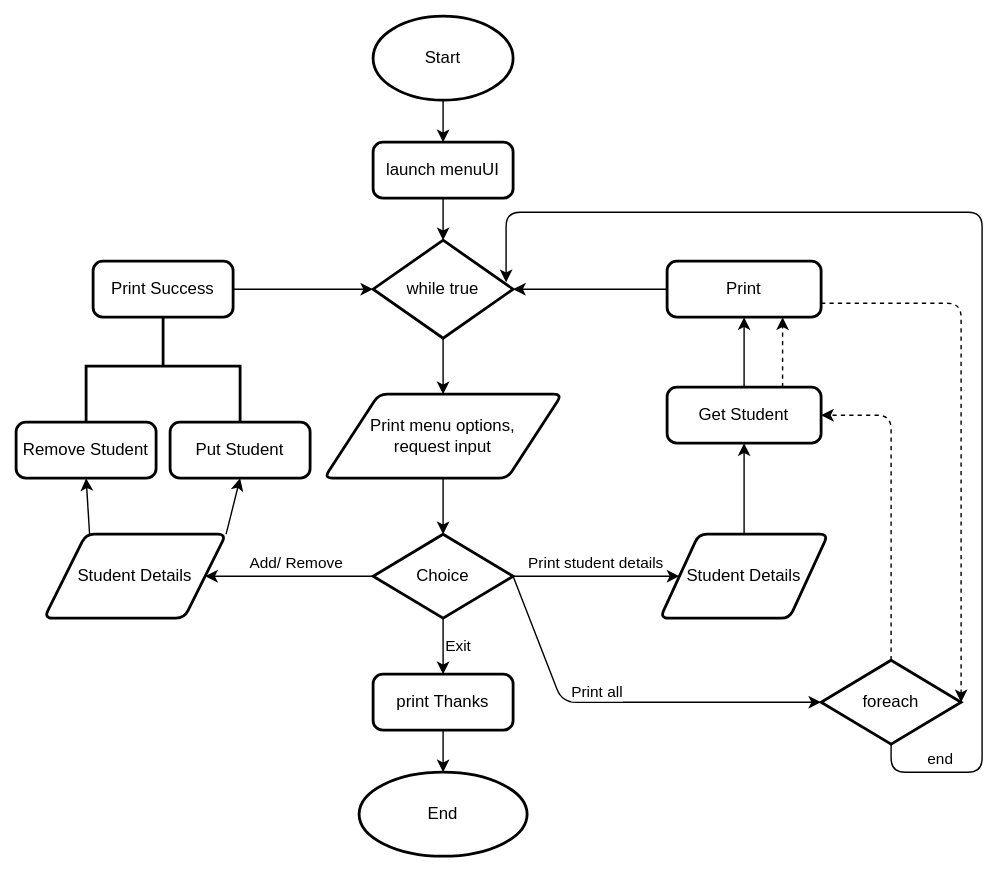
williamng95/mthree-C207 keeps this draw.io diagram as ClassAndObjects/collectionmaps/assets/flowStudents.svg. Above is the earlier version. Source tidied: cells renumbered, new cells last; positions are measured from the earlier drawing's top-left corner, leaving out a move shared by most shapes. Its diagram source:
```xml
<mxGraphModel background="#FFFFFF">
  <root>
    <mxCell id="0" />
    <mxCell id="1" parent="0" />
    <mxCell id="2" style="edgeStyle=none;html=1;entryX=0.5;entryY=0;entryDx=0;entryDy=0;" parent="1" edge="1" source="3" target="5">
      <mxGeometry relative="1" as="geometry" />
    </mxCell>
    <mxCell id="3" value="Start" style="strokeWidth=2;html=1;shape=mxgraph.flowchart.start_1;whiteSpace=wrap;" parent="1" vertex="1">
      <mxGeometry x="255" width="100" height="60" as="geometry" />
    </mxCell>
    <mxCell id="4" style="edgeStyle=none;html=1;" parent="1" edge="1" source="5" target="7">
      <mxGeometry relative="1" as="geometry" />
    </mxCell>
    <mxCell id="5" value="launch menuUI" style="rounded=1;whiteSpace=wrap;html=1;absoluteArcSize=1;arcSize=14;strokeWidth=2;" parent="1" vertex="1">
      <mxGeometry x="255" y="90" width="100" height="40" as="geometry" />
    </mxCell>
    <mxCell id="6" style="edgeStyle=none;html=1;" parent="1" edge="1" source="7" target="9">
      <mxGeometry relative="1" as="geometry" />
    </mxCell>
    <mxCell id="7" value="while true" style="strokeWidth=2;html=1;shape=mxgraph.flowchart.decision;whiteSpace=wrap;" parent="1" vertex="1">
      <mxGeometry x="255" y="160" width="100" height="70" as="geometry" />
    </mxCell>
    <mxCell id="8" style="edgeStyle=none;html=1;" parent="1" edge="1" source="9" target="14">
      <mxGeometry relative="1" as="geometry" />
    </mxCell>
    <mxCell id="9" value="Print menu options, &lt;br&gt;request input" style="shape=parallelogram;html=1;strokeWidth=2;perimeter=parallelogramPerimeter;whiteSpace=wrap;rounded=1;arcSize=12;size=0.23;" parent="1" vertex="1">
      <mxGeometry x="220" y="270" width="170" height="60" as="geometry" />
    </mxCell>
    <mxCell id="10" value="Exit" style="edgeStyle=none;html=1;labelPosition=right;verticalLabelPosition=middle;align=left;verticalAlign=middle;" parent="1" edge="1" source="14" target="16">
      <mxGeometry relative="1" as="geometry" />
    </mxCell>
    <mxCell id="11" value="Print student details" style="edgeStyle=none;html=1;exitX=1;exitY=0.5;exitDx=0;exitDy=0;exitPerimeter=0;verticalAlign=bottom;labelPosition=center;verticalLabelPosition=bottom;align=center;" parent="1" edge="1" source="14" target="19">
      <mxGeometry relative="1" as="geometry" />
    </mxCell>
    <mxCell id="12" value="Print all" style="edgeStyle=none;html=1;exitX=1;exitY=0.5;exitDx=0;exitDy=0;exitPerimeter=0;verticalAlign=middle;labelPosition=right;verticalLabelPosition=middle;align=left;entryX=0;entryY=0.5;entryDx=0;entryDy=0;entryPerimeter=0;" parent="1" edge="1" source="14" target="31">
      <mxGeometry x="-0.35" y="7" relative="1" as="geometry">
        <Array as="points">
          <mxPoint x="390" y="490" />
        </Array>
      </mxGeometry>
    </mxCell>
    <mxCell id="13" value="Add/ Remove" style="edgeStyle=none;html=1;verticalAlign=bottom;" parent="1" edge="1" source="14" target="22">
      <mxGeometry x="-0.08" relative="1" as="geometry" />
    </mxCell>
    <mxCell id="14" value="Choice" style="strokeWidth=2;html=1;shape=mxgraph.flowchart.decision;whiteSpace=wrap;" parent="1" vertex="1">
      <mxGeometry x="255" y="370" width="100" height="60" as="geometry" />
    </mxCell>
    <mxCell id="15" style="edgeStyle=none;html=1;verticalAlign=bottom;" parent="1" edge="1" source="16" target="35">
      <mxGeometry relative="1" as="geometry" />
    </mxCell>
    <mxCell id="16" value="print Thanks" style="rounded=1;whiteSpace=wrap;html=1;absoluteArcSize=1;arcSize=14;strokeWidth=2;" parent="1" vertex="1">
      <mxGeometry x="255" y="470" width="100" height="40" as="geometry" />
    </mxCell>
    <mxCell id="17" style="edgeStyle=none;html=1;verticalAlign=bottom;exitX=0;exitY=0.5;exitDx=0;exitDy=0;" parent="1" edge="1" source="37" target="7">
      <mxGeometry relative="1" as="geometry" />
    </mxCell>
    <mxCell id="18" style="edgeStyle=none;html=1;verticalAlign=bottom;" parent="1" edge="1" source="19" target="28">
      <mxGeometry relative="1" as="geometry" />
    </mxCell>
    <mxCell id="19" value="Student Details" style="shape=parallelogram;html=1;strokeWidth=2;perimeter=parallelogramPerimeter;whiteSpace=wrap;rounded=1;arcSize=12;size=0.23;" parent="1" vertex="1">
      <mxGeometry x="460" y="370" width="120" height="60" as="geometry" />
    </mxCell>
    <mxCell id="20" style="edgeStyle=none;html=1;exitX=0.25;exitY=0;exitDx=0;exitDy=0;verticalAlign=bottom;entryX=0.5;entryY=1;entryDx=0;entryDy=0;" parent="1" edge="1" source="22" target="24">
      <mxGeometry relative="1" as="geometry" />
    </mxCell>
    <mxCell id="21" style="edgeStyle=none;html=1;exitX=1;exitY=0;exitDx=0;exitDy=0;verticalAlign=bottom;entryX=0.5;entryY=1;entryDx=0;entryDy=0;" parent="1" edge="1" source="22" target="23">
      <mxGeometry relative="1" as="geometry" />
    </mxCell>
    <mxCell id="22" value="Student Details" style="shape=parallelogram;html=1;strokeWidth=2;perimeter=parallelogramPerimeter;whiteSpace=wrap;rounded=1;arcSize=12;size=0.23;" parent="1" vertex="1">
      <mxGeometry x="20" y="370" width="130" height="60" as="geometry" />
    </mxCell>
    <mxCell id="23" value="Put Student" style="rounded=1;whiteSpace=wrap;html=1;absoluteArcSize=1;arcSize=14;strokeWidth=2;" parent="1" vertex="1">
      <mxGeometry x="110" y="290" width="100" height="40" as="geometry" />
    </mxCell>
    <mxCell id="24" value="Remove Student" style="rounded=1;whiteSpace=wrap;html=1;absoluteArcSize=1;arcSize=14;strokeWidth=2;" parent="1" vertex="1">
      <mxGeometry y="290" width="100" height="40" as="geometry" />
    </mxCell>
    <mxCell id="25" style="edgeStyle=none;html=1;verticalAlign=bottom;entryX=0.5;entryY=1;entryDx=0;entryDy=0;" parent="1" edge="1" source="28" target="37">
      <mxGeometry relative="1" as="geometry" />
    </mxCell>
    <mxCell id="26" style="edgeStyle=none;html=1;exitX=0.75;exitY=0;exitDx=0;exitDy=0;entryX=0.75;entryY=1;entryDx=0;entryDy=0;dashed=1;verticalAlign=bottom;startArrow=none;" parent="1" edge="1" source="37">
      <mxGeometry relative="1" as="geometry">
        <mxPoint x="546.2" y="210" as="targetPoint" />
      </mxGeometry>
    </mxCell>
    <mxCell id="27" style="edgeStyle=none;html=1;exitX=0.75;exitY=0;exitDx=0;exitDy=0;entryX=0.75;entryY=1;entryDx=0;entryDy=0;dashed=1;verticalAlign=bottom;" parent="1" edge="1" source="28" target="37">
      <mxGeometry relative="1" as="geometry" />
    </mxCell>
    <mxCell id="28" value="Get Student" style="rounded=1;whiteSpace=wrap;html=1;absoluteArcSize=1;arcSize=14;strokeWidth=2;" parent="1" vertex="1">
      <mxGeometry x="465" y="265" width="110" height="40" as="geometry" />
    </mxCell>
    <mxCell id="29" style="edgeStyle=none;html=1;exitX=0.5;exitY=0;exitDx=0;exitDy=0;exitPerimeter=0;entryX=1;entryY=0.5;entryDx=0;entryDy=0;verticalAlign=bottom;dashed=1;" parent="1" edge="1" source="31" target="28">
      <mxGeometry relative="1" as="geometry">
        <Array as="points">
          <mxPoint x="625" y="285" />
        </Array>
      </mxGeometry>
    </mxCell>
    <mxCell id="30" value="end" style="edgeStyle=none;html=1;exitX=0.5;exitY=1;exitDx=0;exitDy=0;exitPerimeter=0;verticalAlign=bottom;" parent="1" edge="1" source="31">
      <mxGeometry x="-0.87" relative="1" as="geometry">
        <mxPoint x="350" y="190" as="targetPoint" />
        <Array as="points">
          <mxPoint x="625" y="540" />
          <mxPoint x="690" y="540" />
          <mxPoint x="690" y="140" />
          <mxPoint x="350" y="140" />
        </Array>
      </mxGeometry>
    </mxCell>
    <mxCell id="31" value="foreach" style="strokeWidth=2;html=1;shape=mxgraph.flowchart.decision;whiteSpace=wrap;" parent="1" vertex="1">
      <mxGeometry x="575" y="460" width="100" height="60" as="geometry" />
    </mxCell>
    <mxCell id="32" style="strokeWidth=2;html=1;shape=mxgraph.flowchart.annotation_2;align=left;labelPosition=right;rotation=90;" parent="1" vertex="1">
      <mxGeometry x="65" y="195" width="80" height="110" as="geometry" />
    </mxCell>
    <mxCell id="33" style="edgeStyle=none;html=1;verticalAlign=bottom;" parent="1" edge="1" source="34" target="7">
      <mxGeometry relative="1" as="geometry" />
    </mxCell>
    <mxCell id="34" value="Print Success" style="rounded=1;whiteSpace=wrap;html=1;absoluteArcSize=1;arcSize=14;strokeWidth=2;" parent="1" vertex="1">
      <mxGeometry x="55" y="175" width="100" height="40" as="geometry" />
    </mxCell>
    <mxCell id="35" value="End" style="ellipse;whiteSpace=wrap;html=1;rounded=1;strokeWidth=2;arcSize=14;" parent="1" vertex="1">
      <mxGeometry x="245" y="540" width="120" height="60" as="geometry" />
    </mxCell>
    <mxCell id="36" style="edgeStyle=none;html=1;exitX=1;exitY=0.75;exitDx=0;exitDy=0;entryX=1;entryY=0.5;entryDx=0;entryDy=0;entryPerimeter=0;dashed=1;verticalAlign=bottom;" parent="1" edge="1" source="37" target="31">
      <mxGeometry relative="1" as="geometry">
        <Array as="points">
          <mxPoint x="675" y="205" />
        </Array>
      </mxGeometry>
    </mxCell>
    <mxCell id="37" value="Print" style="rounded=1;whiteSpace=wrap;html=1;absoluteArcSize=1;arcSize=14;strokeWidth=2;" parent="1" vertex="1">
      <mxGeometry x="465" y="175" width="110" height="40" as="geometry" />
    </mxCell>
  </root>
</mxGraphModel>
```
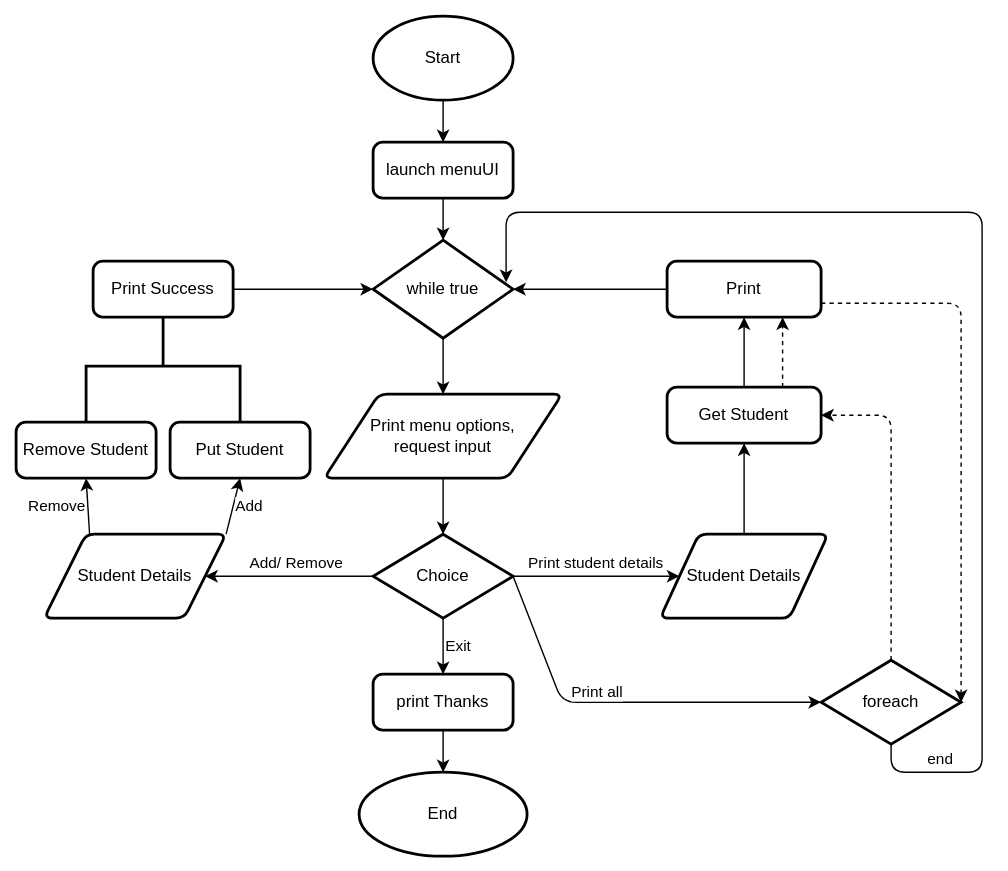
Above is the later version.

Change to the diagram source:
```diff
@@ -60,10 +60,10 @@
     <mxCell id="19" value="Student Details" style="shape=parallelogram;html=1;strokeWidth=2;perimeter=parallelogramPerimeter;whiteSpace=wrap;rounded=1;arcSize=12;size=0.23;" parent="1" vertex="1">
       <mxGeometry x="460" y="370" width="120" height="60" as="geometry" />
     </mxCell>
-    <mxCell id="20" style="edgeStyle=none;html=1;exitX=0.25;exitY=0;exitDx=0;exitDy=0;verticalAlign=bottom;entryX=0.5;entryY=1;entryDx=0;entryDy=0;" parent="1" edge="1" source="22" target="24">
+    <mxCell id="20" value="Remove" style="edgeStyle=none;html=1;exitX=0.25;exitY=0;exitDx=0;exitDy=0;verticalAlign=middle;entryX=0.5;entryY=1;entryDx=0;entryDy=0;labelPosition=left;verticalLabelPosition=middle;align=right;" parent="1" edge="1" source="22" target="24">
       <mxGeometry relative="1" as="geometry" />
     </mxCell>
-    <mxCell id="21" style="edgeStyle=none;html=1;exitX=1;exitY=0;exitDx=0;exitDy=0;verticalAlign=bottom;entryX=0.5;entryY=1;entryDx=0;entryDy=0;" parent="1" edge="1" source="22" target="23">
+    <mxCell id="21" value="Add" style="edgeStyle=none;html=1;exitX=1;exitY=0;exitDx=0;exitDy=0;verticalAlign=middle;entryX=0.5;entryY=1;entryDx=0;entryDy=0;labelPosition=right;verticalLabelPosition=middle;align=left;" parent="1" edge="1" source="22" target="23">
       <mxGeometry relative="1" as="geometry" />
     </mxCell>
     <mxCell id="22" value="Student Details" style="shape=parallelogram;html=1;strokeWidth=2;perimeter=parallelogramPerimeter;whiteSpace=wrap;rounded=1;arcSize=12;size=0.23;" parent="1" vertex="1">
```
